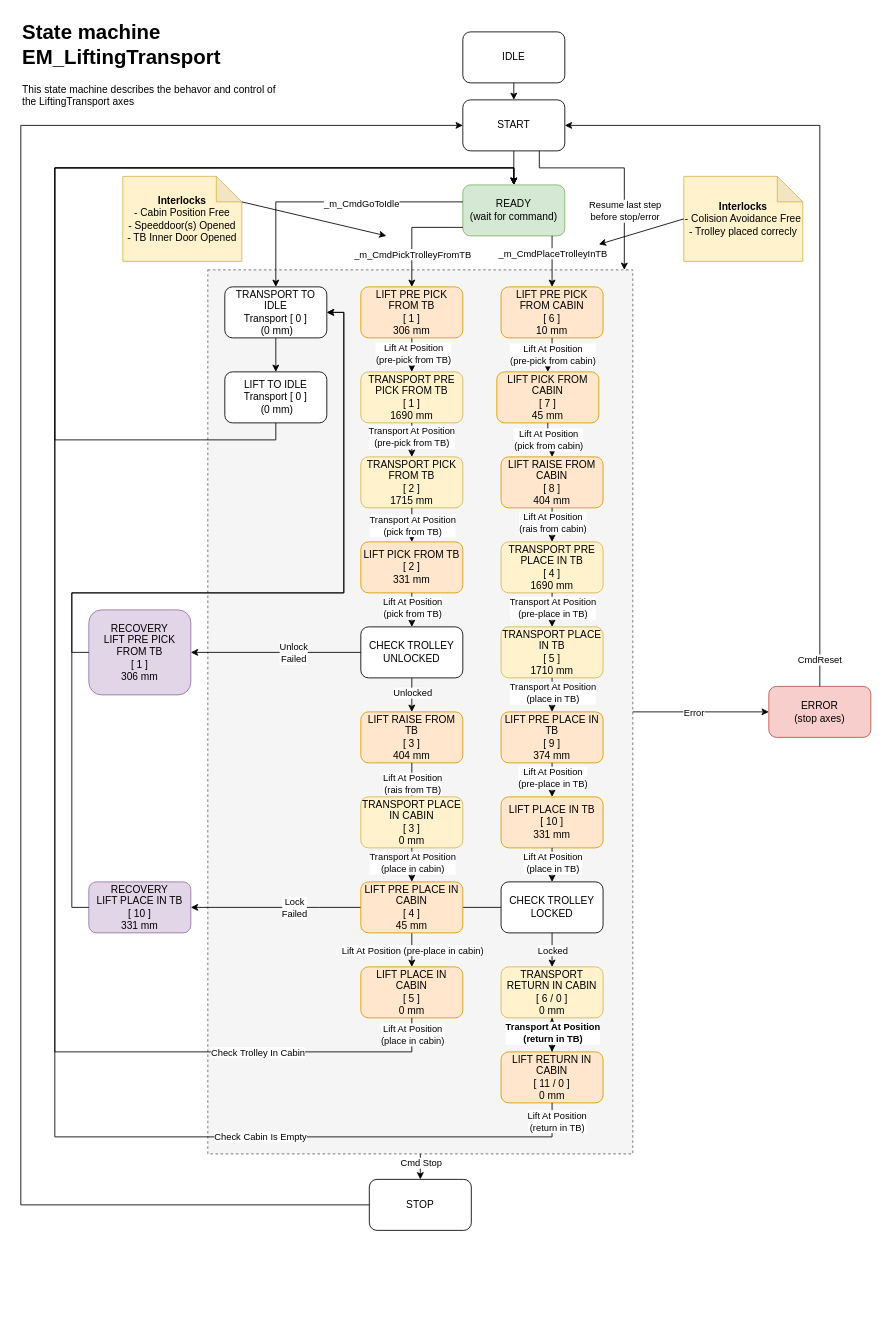
KMWE/KMWE_CleanroomConnect keeps this draw.io diagram as page "EM_LiftingTransport" (9 of 12) of Documentation/StateMachine and Sequence Diagrams.drawio. Above is the earlier version. Source tidied: cells renumbered, new cells numbered last; positions are measured from the earlier drawing's top-left corner, leaving out a move shared by most shapes. Both pictures are drawn from the tidied source at 85%, with x=0, y=0 at pixel (20, 14).
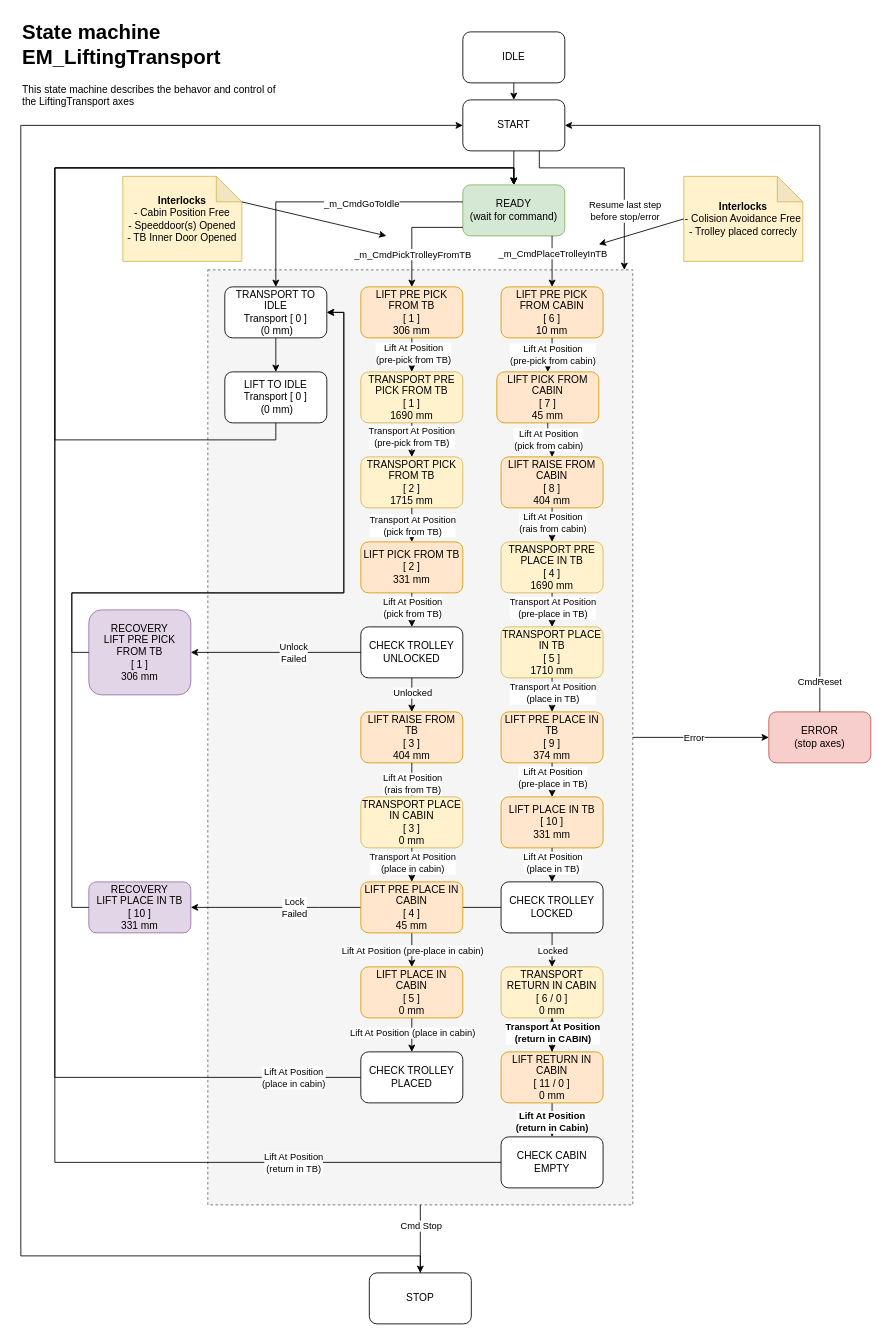
After the change.

The change refers to these unchanged cells:
```xml
<mxCell id="11" value="START" style="rounded=1;whiteSpace=wrap;html=1;" parent="1" vertex="1">
  <mxGeometry x="520" y="100" width="120" height="60" as="geometry" />
</mxCell>
<mxCell id="23" value="LIFT PLACE IN CABIN&lt;div&gt;[ 5 ]&lt;br&gt;0 mm&lt;/div&gt;" style="rounded=1;whiteSpace=wrap;html=1;fillColor=#ffe6cc;strokeColor=#d79b00;" parent="1" vertex="1">
  <mxGeometry x="400" y="1120" width="120" height="60" as="geometry" />
</mxCell>
<mxCell id="32" value="READY&lt;div&gt;(wait for command)&lt;/div&gt;" style="rounded=1;whiteSpace=wrap;html=1;fillColor=#d5e8d4;strokeColor=#82b366;" parent="1" vertex="1">
  <mxGeometry x="520" y="200" width="120" height="60" as="geometry" />
</mxCell>
<mxCell id="65" value="LIFT RETURN IN CABIN&lt;div&gt;[ 11 / 0 ]&lt;br&gt;0 mm&lt;/div&gt;" style="rounded=1;whiteSpace=wrap;html=1;fillColor=#ffe6cc;strokeColor=#d79b00;" parent="1" vertex="1">
  <mxGeometry x="565" y="1220" width="120" height="60" as="geometry" />
</mxCell>
<mxCell id="66" style="edgeStyle=orthogonalEdgeStyle;rounded=0;jettySize=auto;html=1;fontStyle=1;" parent="1" edge="1" source="63" target="65">
  <mxGeometry relative="1" as="geometry" />
</mxCell>
```

Diff of the diagram source:
```diff
@@
     <mxCell id="2" style="rounded=0;whiteSpace=wrap;html=1;dashed=1;fillColor=#f5f5f5;fontColor=#333333;strokeColor=#666666;" parent="1" vertex="1">
-      <mxGeometry x="220" y="300" width="500" height="1040" as="geometry" />
+      <mxGeometry x="220" y="300" width="500" height="1100" as="geometry" />
     </mxCell>
@@
     <mxCell id="5" value="ERROR&lt;div&gt;(stop axes)&lt;/div&gt;" style="rounded=1;whiteSpace=wrap;html=1;fillStyle=auto;fillColor=#f8cecc;strokeColor=#b85450;" parent="1" vertex="1">
-      <mxGeometry x="880" y="790" width="120" height="60" as="geometry" />
+      <mxGeometry x="880" y="820" width="120" height="60" as="geometry" />
     </mxCell>
@@
+    <mxCell id="103" style="edgeStyle=orthogonalEdgeStyle;rounded=0;jettySize=auto;html=1;" parent="1" edge="1" source="23" target="107">
+      <mxGeometry relative="1" as="geometry" />
+    </mxCell>
+    <mxCell id="104" value="Lift At Position&amp;nbsp;&lt;span style=&quot;color: light-dark(rgb(0, 0, 0), rgb(255, 255, 255)); background-color: light-dark(#ffffff, var(--ge-dark-color, #121212));&quot;&gt;(place in cabin)&lt;/span&gt;" style="edgeLabel;html=1;align=center;verticalAlign=middle;" parent="103" vertex="1">
+      <mxGeometry x="-0.15" relative="1" as="geometry" />
+    </mxCell>
@@
     <mxCell id="31" value="STOP" style="rounded=1;whiteSpace=wrap;html=1;" parent="1" vertex="1">
-      <mxGeometry x="410" y="1370" width="120" height="60" as="geometry" />
+      <mxGeometry x="410" y="1480" width="120" height="60" as="geometry" />
     </mxCell>
@@
-    <mxCell id="45" style="edgeStyle=orthogonalEdgeStyle;rounded=0;jettySize=auto;html=1;" parent="1" edge="1" source="23" target="32">
+    <mxCell id="45" style="edgeStyle=orthogonalEdgeStyle;rounded=0;jettySize=auto;html=1;" parent="1" edge="1" source="107" target="32">
       <mxGeometry relative="1" as="geometry">
         <Array as="points">
-          <mxPoint x="460" y="1220" />
-          <mxPoint x="40" y="1220" />
+          <mxPoint x="40" y="1250" />
           <mxPoint x="40" y="180" />
           <mxPoint x="580" y="180" />
         </Array>
       </mxGeometry>
     </mxCell>
     <mxCell id="46" value="Lift At Position&lt;div&gt;(place in cabin)&lt;/div&gt;" style="edgeLabel;html=1;align=center;verticalAlign=middle;" parent="45" vertex="1">
       <mxGeometry x="-0.15" relative="1" as="geometry">
-        <mxPoint x="420" y="395" as="offset" />
+        <mxPoint x="280" y="486" as="offset" />
       </mxGeometry>
     </mxCell>
-    <mxCell id="47" value="Check Trolley In Cabin" style="edgeLabel;html=1;align=center;verticalAlign=middle;" parent="45" vertex="1">
-      <mxGeometry x="-0.81" y="4" relative="1" as="geometry">
-        <mxPoint x="-26" y="-4" as="offset" />
-      </mxGeometry>
-    </mxCell>
@@
+    <mxCell id="105" style="edgeStyle=orthogonalEdgeStyle;rounded=0;jettySize=auto;html=1;" parent="1" edge="1" source="65" target="108">
+      <mxGeometry relative="1" as="geometry" />
+    </mxCell>
+    <mxCell id="106" value="&lt;span style=&quot;font-weight: 700;&quot;&gt;Lift At Position&lt;/span&gt;&lt;div style=&quot;font-weight: 700;&quot;&gt;(return in Cabin)&lt;/div&gt;" style="edgeLabel;html=1;align=center;verticalAlign=middle;" parent="105" vertex="1">
+      <mxGeometry x="0.1" y="-1" relative="1" as="geometry" />
+    </mxCell>
@@
-    <mxCell id="67" value="Transport At Position&lt;div&gt;(return in TB)&lt;/div&gt;" style="edgeLabel;html=1;align=center;verticalAlign=middle;fontStyle=1;" parent="66" vertex="1">
+    <mxCell id="67" value="Transport At Position&lt;div&gt;(return in CABIN)&lt;/div&gt;" style="edgeLabel;html=1;align=center;verticalAlign=middle;fontStyle=1;" parent="66" vertex="1">
       <mxGeometry x="-0.15" relative="1" as="geometry" />
     </mxCell>
-    <mxCell id="68" style="edgeStyle=orthogonalEdgeStyle;rounded=0;jettySize=auto;html=1;" parent="1" edge="1" source="65" target="32">
+    <mxCell id="68" style="edgeStyle=orthogonalEdgeStyle;rounded=0;jettySize=auto;html=1;" parent="1" edge="1" source="108" target="32">
       <mxGeometry relative="1" as="geometry">
         <Array as="points">
-          <mxPoint x="625" y="1320" />
-          <mxPoint x="40" y="1320" />
+          <mxPoint x="40" y="1350" />
           <mxPoint x="40" y="180" />
           <mxPoint x="580" y="180" />
         </Array>
       </mxGeometry>
     </mxCell>
     <mxCell id="69" value="Lift At Position&lt;div&gt;(return in TB)&lt;/div&gt;" style="edgeLabel;html=1;align=center;verticalAlign=middle;" parent="68" vertex="1">
       <mxGeometry x="-0.15" relative="1" as="geometry">
-        <mxPoint x="590" y="344" as="offset" />
+        <mxPoint x="280" y="433" as="offset" />
       </mxGeometry>
     </mxCell>
-    <mxCell id="70" value="Check Cabin Is Empty" style="edgeLabel;html=1;align=center;verticalAlign=middle;" parent="68" vertex="1">
-      <mxGeometry x="-0.7" y="-1" relative="1" as="geometry">
-        <mxPoint x="-35" as="offset" />
-      </mxGeometry>
-    </mxCell>
@@
     <mxCell id="77" style="endArrow=classic;html=1;rounded=0;edgeStyle=orthogonalEdgeStyle;" parent="1" edge="1" source="31" target="11">
       <mxGeometry relative="1" as="geometry">
         <Array as="points">
-          <mxPoint y="1400" />
+          <mxPoint x="470" y="1460" />
+          <mxPoint y="1460" />
           <mxPoint y="130" />
         </Array>
       </mxGeometry>
     </mxCell>
@@
+    <mxCell id="107" value="CHECK TROLLEY PLACED" style="rounded=1;whiteSpace=wrap;html=1;" parent="1" vertex="1">
+      <mxGeometry x="400" y="1220" width="120" height="60" as="geometry" />
+    </mxCell>
+    <mxCell id="108" value="CHECK CABIN EMPTY" style="rounded=1;whiteSpace=wrap;html=1;" parent="1" vertex="1">
+      <mxGeometry x="565" y="1320" width="120" height="60" as="geometry" />
+    </mxCell>
```
